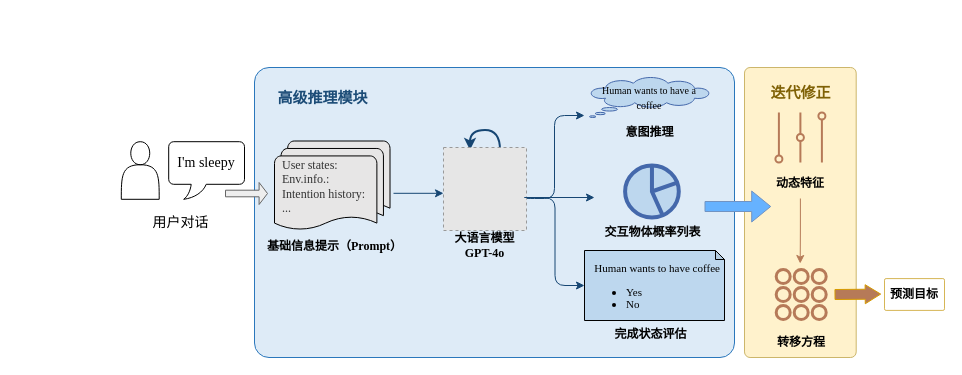
Earlier version of the draw.io diagram 去掉低级推理模块.drawio (Rinco1018/project_test). Source tidied: cells renumbered, new cells numbered last; positions are measured from the earlier drawing's top-left corner, leaving out a move shared by most shapes. Both pictures are drawn from the tidied source at 100%, with x=0, y=0 at pixel (17, 17). Pictures stored in the file or linked from it are replaced by grey dashed boxes.
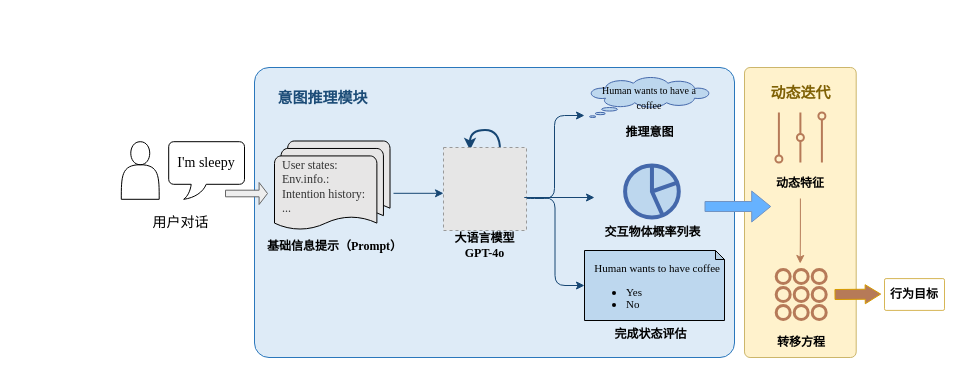
The same diagram, later.

Commit message:
更新去掉低级推理模块.drawio

The change refers to these unchanged cells:
```xml
<mxCell id="17" style="group;" parent="1" vertex="1">
  <mxGeometry x="567" width="135" height="130" as="geometry" />
</mxCell>
<mxCell id="33" style="group;" parent="1" vertex="1">
  <mxGeometry x="727" y="50" width="200" height="290" as="geometry" />
</mxCell>
```

The edit, as a diff of the source:
```diff
@@
-    <mxCell id="20" value="&lt;font face=&quot;Times New Roman&quot;&gt;&lt;b&gt;意图推理&lt;/b&gt;&lt;/font&gt;" style="text;html=1;align=center;verticalAlign=middle;strokeColor=none;fillColor=none;" parent="17" vertex="1">
+    <mxCell id="20" value="&lt;font face=&quot;Times New Roman&quot;&gt;&lt;b&gt;推理意图&lt;/b&gt;&lt;/font&gt;" style="text;html=1;align=center;verticalAlign=middle;strokeColor=none;fillColor=none;" parent="17" vertex="1">
       <mxGeometry x="30" y="100" width="70" height="30" as="geometry" />
     </mxCell>
-    <mxCell id="21" value="&lt;font style=&quot;font-size: 15px;&quot; face=&quot;Times New Roman&quot;&gt;高级推理模块&lt;/font&gt;" style="text;html=1;align=center;verticalAlign=middle;strokeColor=none;fillColor=none;fontColor=light-dark(#1c4c77, #a1cdf9);fontStyle=1;" parent="1" vertex="1">
+    <mxCell id="21" value="&lt;font style=&quot;font-size: 15px;&quot; face=&quot;Times New Roman&quot;&gt;意图推理模块&lt;/font&gt;" style="text;html=1;align=center;verticalAlign=middle;strokeColor=none;fillColor=none;fontColor=light-dark(#1c4c77, #a1cdf9);fontStyle=1;" parent="1" vertex="1">
       <mxGeometry x="250" y="65" width="110" height="30" as="geometry" />
     </mxCell>
@@
-    <mxCell id="37" value="&lt;font face=&quot;Times New Roman&quot;&gt;&lt;span style=&quot;font-size: 15px;&quot;&gt;迭代修正&lt;/span&gt;&lt;/font&gt;" style="text;html=1;align=center;verticalAlign=middle;strokeColor=none;fillColor=none;fontColor=light-dark(#7f6105, #69c195);fontStyle=1;" parent="33" vertex="1">
+    <mxCell id="37" value="&lt;font face=&quot;Times New Roman&quot;&gt;&lt;span style=&quot;font-size: 15px;&quot;&gt;动态迭代&lt;/span&gt;&lt;/font&gt;" style="text;html=1;align=center;verticalAlign=middle;strokeColor=none;fillColor=none;fontColor=light-dark(#7f6105, #69c195);fontStyle=1;" parent="33" vertex="1">
       <mxGeometry x="15.9" y="10" width="80" height="30" as="geometry" />
     </mxCell>
@@
-    <mxCell id="42" value="&lt;b&gt;预测目标&lt;/b&gt;" style="rounded=1;arcSize=5;whiteSpace=wrap;html=1;fillColor=none;strokeColor=#d6b656;" parent="33" vertex="1">
+    <mxCell id="42" value="&lt;b&gt;行为目标&lt;/b&gt;" style="rounded=1;arcSize=5;whiteSpace=wrap;html=1;fillColor=none;strokeColor=#d6b656;" parent="33" vertex="1">
       <mxGeometry x="140" y="211.1" width="60" height="31.8" as="geometry" />
     </mxCell>
```
